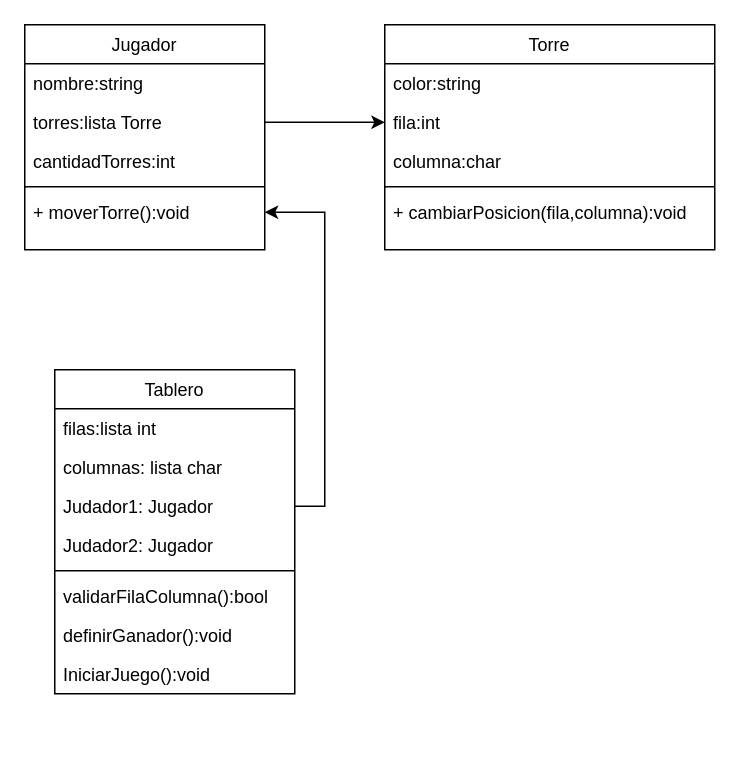
Before: DesarrolloOrientadoObjetos/ajedrez4torres.drawio in monick96/PracticeCsharp, a draw.io diagram. Source tidied: cells renumbered, new cells numbered last; positions are measured from the earlier drawing's top-left corner, leaving out a move shared by most shapes. Both pictures are drawn from the tidied source at 150%, with x=0, y=0 at pixel (24, 24).
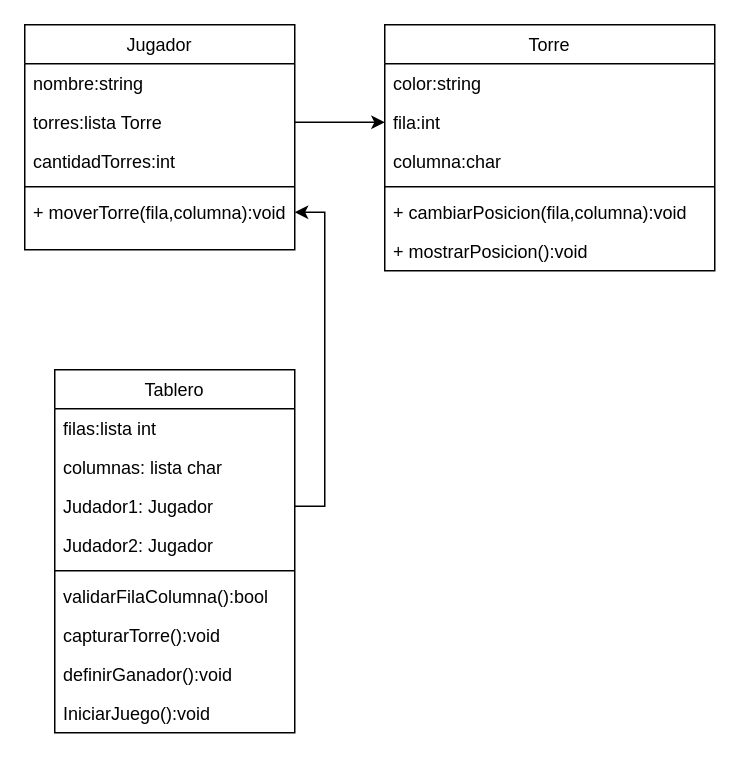
Above is the later version.

Diff of the diagram source:
```diff
@@
     <mxCell id="2" value="Tablero" style="swimlane;fontStyle=0;align=center;verticalAlign=top;horizontal=1;startSize=26;rounded=0;shadow=0;strokeWidth=1;" parent="1" vertex="1">
-      <mxGeometry x="20" y="230" width="160" height="216" as="geometry" />
+      <mxGeometry x="20" y="230" width="160" height="242" as="geometry" />
     </mxCell>
@@
+    <mxCell id="25" value="capturarTorre():void" style="text;align=left;verticalAlign=top;spacingLeft=4;spacingRight=4;overflow=hidden;" parent="2" vertex="1">
+      <mxGeometry y="164" width="160" height="26" as="geometry" />
+    </mxCell>
     <mxCell id="9" value="definirGanador():void" style="text;align=left;verticalAlign=top;spacingLeft=4;spacingRight=4;overflow=hidden;" parent="2" vertex="1">
-      <mxGeometry y="164" width="160" height="26" as="geometry" />
+      <mxGeometry y="190" width="160" height="26" as="geometry" />
     </mxCell>
     <mxCell id="10" value="IniciarJuego():void" style="text;align=left;verticalAlign=top;spacingLeft=4;spacingRight=4;overflow=hidden;" parent="2" vertex="1">
-      <mxGeometry y="190" width="160" height="26" as="geometry" />
+      <mxGeometry y="216" width="160" height="26" as="geometry" />
     </mxCell>
     <mxCell id="11" value="Jugador" style="swimlane;fontStyle=0;align=center;verticalAlign=top;horizontal=1;startSize=26;rounded=0;shadow=0;strokeWidth=1;" parent="1" vertex="1">
-      <mxGeometry width="160" height="150" as="geometry" />
+      <mxGeometry width="180" height="150" as="geometry" />
     </mxCell>
     <mxCell id="12" value="nombre:string" style="text;align=left;verticalAlign=top;spacingLeft=4;spacingRight=4;overflow=hidden;" parent="11" vertex="1">
-      <mxGeometry y="26" width="160" height="26" as="geometry" />
+      <mxGeometry y="26" width="180" height="26" as="geometry" />
     </mxCell>
     <mxCell id="13" value="torres:lista Torre" style="text;align=left;verticalAlign=top;spacingLeft=4;spacingRight=4;overflow=hidden;points=[[0,0.5],[1,0.5]];portConstraint=eastwest;rounded=0;shadow=0;html=0;" parent="11" vertex="1">
-      <mxGeometry y="52" width="160" height="26" as="geometry" />
+      <mxGeometry y="52" width="180" height="26" as="geometry" />
     </mxCell>
     <mxCell id="14" value="cantidadTorres:int" style="text;align=left;verticalAlign=top;spacingLeft=4;spacingRight=4;overflow=hidden;rounded=0;shadow=0;html=0;" parent="11" vertex="1">
-      <mxGeometry y="78" width="160" height="26" as="geometry" />
+      <mxGeometry y="78" width="180" height="26" as="geometry" />
     </mxCell>
     <mxCell id="15" style="line;html=1;strokeWidth=1;align=left;verticalAlign=middle;spacingTop=-1;spacingLeft=3;spacingRight=3;labelPosition=right;" parent="11" vertex="1">
-      <mxGeometry y="104" width="160" height="8" as="geometry" />
+      <mxGeometry y="104" width="180" height="8" as="geometry" />
     </mxCell>
-    <mxCell id="16" value="+ moverTorre():void" style="text;align=left;verticalAlign=top;spacingLeft=4;spacingRight=4;overflow=hidden;points=[[0,0.5],[1,0.5]];portConstraint=eastwest;" parent="11" vertex="1">
-      <mxGeometry y="112" width="160" height="26" as="geometry" />
+    <mxCell id="16" value="+ moverTorre(fila,columna):void" style="text;align=left;verticalAlign=top;spacingLeft=4;spacingRight=4;overflow=hidden;points=[[0,0.5],[1,0.5]];portConstraint=eastwest;" parent="11" vertex="1">
+      <mxGeometry y="112" width="180" height="26" as="geometry" />
     </mxCell>
     <mxCell id="17" value="Torre" style="swimlane;fontStyle=0;align=center;verticalAlign=top;horizontal=1;startSize=26;rounded=0;shadow=0;strokeWidth=1;" parent="1" vertex="1">
-      <mxGeometry x="240" width="220" height="150" as="geometry" />
+      <mxGeometry x="240" width="220" height="164" as="geometry" />
     </mxCell>
@@
+    <mxCell id="26" value="+ cambiarPosicion(fila,columna):void" style="text;align=left;verticalAlign=top;spacingLeft=4;spacingRight=4;overflow=hidden;" parent="17" vertex="1">
+      <mxGeometry y="112" width="220" height="26" as="geometry" />
+    </mxCell>
-    <mxCell id="22" value="+ cambiarPosicion(fila,columna):void" style="text;align=left;verticalAlign=top;spacingLeft=4;spacingRight=4;overflow=hidden;" parent="17" vertex="1">
-      <mxGeometry y="112" width="220" height="26" as="geometry" />
+    <mxCell id="22" value="+ mostrarPosicion():void" style="text;align=left;verticalAlign=top;spacingLeft=4;spacingRight=4;overflow=hidden;" parent="17" vertex="1">
+      <mxGeometry y="138" width="220" height="26" as="geometry" />
     </mxCell>
```
